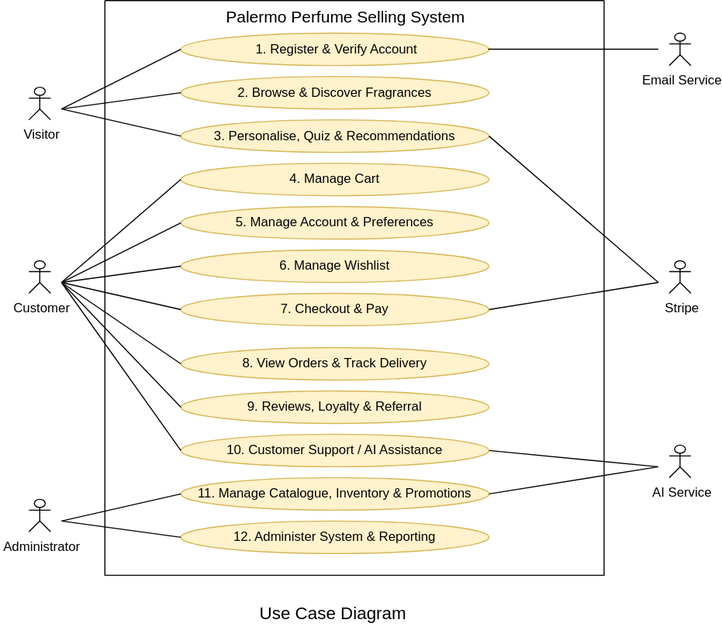
Mel-18-Palermo/Palermo-Perfume-System keeps this draw.io diagram as docs/diagrams/report/use-case-diagram.svg. Above is the earlier version. Source tidied: cells renumbered, new cells last; positions are measured from the earlier drawing's top-left corner, leaving out a move shared by most shapes.
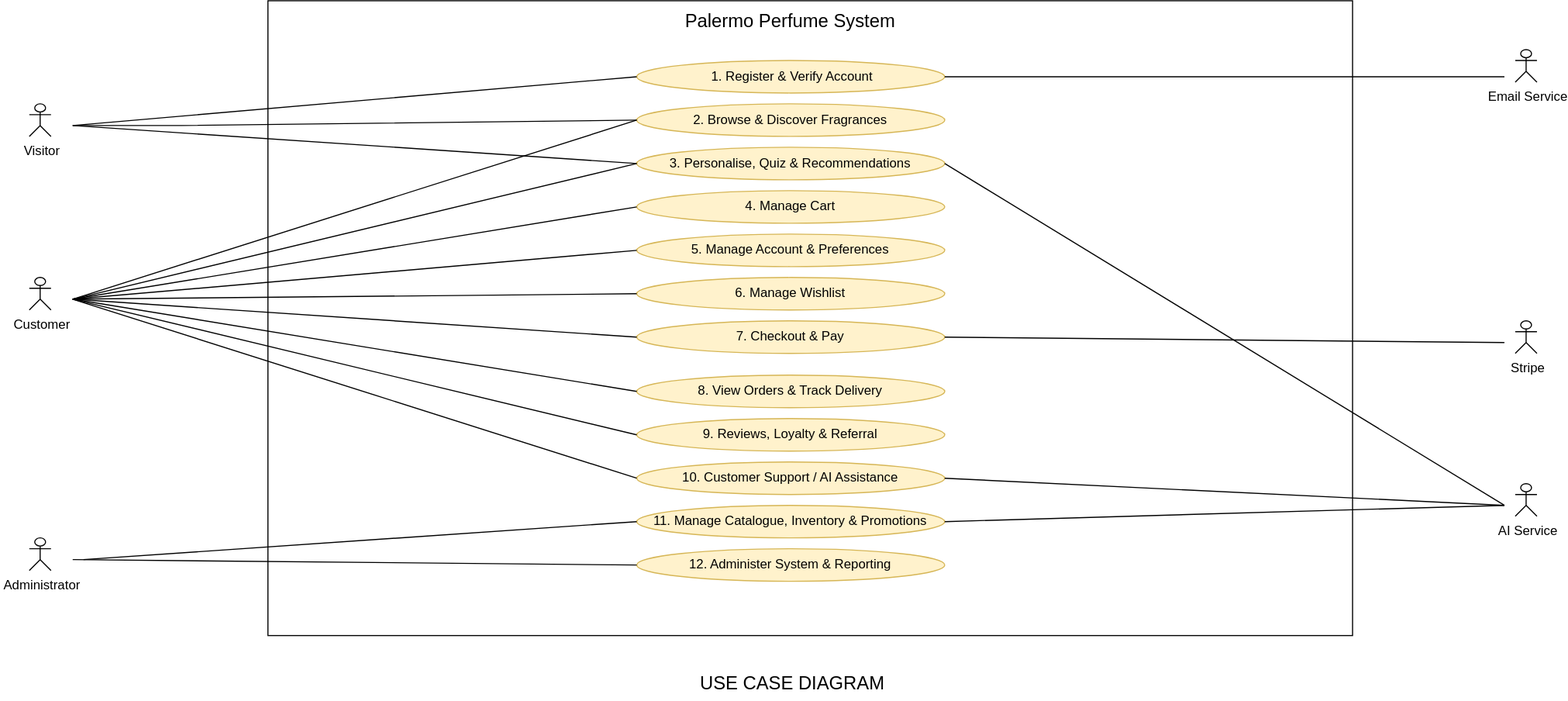
The same diagram one commit later.

Change to the diagram source:
```diff
@@ -2,155 +2,169 @@
   <root>
     <mxCell id="0" />
     <mxCell id="1" parent="0" />
-    <mxCell id="2" style="swimlane;startSize=0;" parent="1" vertex="1">
-      <mxGeometry x="70" width="460" height="530" as="geometry" />
-    </mxCell>
-    <mxCell id="3" value="&lt;font style=&quot;font-size: 15px;&quot;&gt;Palermo Perfume Selling System&lt;/font&gt;" style="text;html=1;align=center;verticalAlign=middle;whiteSpace=wrap;rounded=0;" parent="2" vertex="1">
-      <mxGeometry x="102.5" y="10" width="237.5" height="10" as="geometry" />
-    </mxCell>
+    <mxCell id="35" value="&lt;font style=&quot;font-size: 16px;&quot;&gt;Use Case Diagram&lt;/font&gt;" style="text;html=1;align=center;verticalAlign=middle;strokeColor=none;fillColor=none;" parent="1" vertex="1">
+      <mxGeometry x="600" y="365" width="160" height="30" as="geometry" />
+    </mxCell>
+    <mxCell id="40" style="rounded=0;whiteSpace=wrap;html=1;" parent="1" vertex="1">
+      <mxGeometry x="230" y="-160" width="1000" height="585" as="geometry" />
+    </mxCell>
-    <mxCell id="4" value="3. Personalise, Quiz &amp;amp; Recommendations" style="ellipse;whiteSpace=wrap;html=1;fillColor=#fff2cc;strokeColor=#d6b656;" parent="2" vertex="1">
-      <mxGeometry x="70" y="110" width="284" height="30" as="geometry" />
+    <mxCell id="4" value="3. Personalise, Quiz &amp;amp; Recommendations" style="ellipse;whiteSpace=wrap;html=1;fillColor=#fff2cc;strokeColor=#d6b656;" parent="1" vertex="1">
+      <mxGeometry x="570" y="-25" width="284" height="30" as="geometry" />
     </mxCell>
-    <mxCell id="5" value="4. Manage Cart" style="ellipse;whiteSpace=wrap;html=1;fillColor=#fff2cc;strokeColor=#d6b656;" parent="2" vertex="1">
-      <mxGeometry x="70" y="150" width="284" height="30" as="geometry" />
+    <mxCell id="5" value="4. Manage Cart" style="ellipse;whiteSpace=wrap;html=1;fillColor=#fff2cc;strokeColor=#d6b656;" parent="1" vertex="1">
+      <mxGeometry x="570" y="15" width="284" height="30" as="geometry" />
     </mxCell>
-    <mxCell id="6" value="5. Manage Account &amp;amp; Preferences" style="ellipse;whiteSpace=wrap;html=1;fillColor=#fff2cc;strokeColor=#d6b656;" parent="2" vertex="1">
-      <mxGeometry x="70" y="190" width="284" height="30" as="geometry" />
+    <mxCell id="6" value="5. Manage Account &amp;amp; Preferences" style="ellipse;whiteSpace=wrap;html=1;fillColor=#fff2cc;strokeColor=#d6b656;" parent="1" vertex="1">
+      <mxGeometry x="570" y="55" width="284" height="30" as="geometry" />
     </mxCell>
-    <mxCell id="7" value="2. Browse &amp;amp; Discover Fragrances" style="ellipse;whiteSpace=wrap;html=1;fillColor=#fff2cc;strokeColor=#d6b656;" parent="2" vertex="1">
-      <mxGeometry x="70" y="70" width="284" height="30" as="geometry" />
+    <mxCell id="7" value="2. Browse &amp;amp; Discover Fragrances" style="ellipse;whiteSpace=wrap;html=1;fillColor=#fff2cc;strokeColor=#d6b656;" parent="1" vertex="1">
+      <mxGeometry x="570" y="-65" width="284" height="30" as="geometry" />
     </mxCell>
-    <mxCell id="8" value="6. Manage Wishlist" style="ellipse;whiteSpace=wrap;html=1;fillColor=#fff2cc;strokeColor=#d6b656;" parent="2" vertex="1">
-      <mxGeometry x="70" y="230" width="284" height="30" as="geometry" />
+    <mxCell id="8" value="6. Manage Wishlist" style="ellipse;whiteSpace=wrap;html=1;fillColor=#fff2cc;strokeColor=#d6b656;" parent="1" vertex="1">
+      <mxGeometry x="570" y="95" width="284" height="30" as="geometry" />
     </mxCell>
-    <mxCell id="9" value="7. Checkout &amp;amp; Pay" style="ellipse;whiteSpace=wrap;html=1;fillColor=#fff2cc;strokeColor=#d6b656;" parent="2" vertex="1">
-      <mxGeometry x="70" y="270" width="284" height="30" as="geometry" />
+    <mxCell id="9" value="7. Checkout &amp;amp; Pay" style="ellipse;whiteSpace=wrap;html=1;fillColor=#fff2cc;strokeColor=#d6b656;" parent="1" vertex="1">
+      <mxGeometry x="570" y="135" width="284" height="30" as="geometry" />
     </mxCell>
-    <mxCell id="10" value="8. View Orders &amp;amp; Track Delivery" style="ellipse;whiteSpace=wrap;html=1;fillColor=#fff2cc;strokeColor=#d6b656;" parent="2" vertex="1">
-      <mxGeometry x="70" y="320" width="284" height="30" as="geometry" />
+    <mxCell id="10" value="8. View Orders &amp;amp; Track Delivery" style="ellipse;whiteSpace=wrap;html=1;fillColor=#fff2cc;strokeColor=#d6b656;" parent="1" vertex="1">
+      <mxGeometry x="570" y="185" width="284" height="30" as="geometry" />
     </mxCell>
-    <mxCell id="11" value="9. Reviews, Loyalty &amp;amp; Referral" style="ellipse;whiteSpace=wrap;html=1;fillColor=#fff2cc;strokeColor=#d6b656;" parent="2" vertex="1">
-      <mxGeometry x="70" y="360" width="284" height="30" as="geometry" />
+    <mxCell id="11" value="9. Reviews, Loyalty &amp;amp; Referral" style="ellipse;whiteSpace=wrap;html=1;fillColor=#fff2cc;strokeColor=#d6b656;" parent="1" vertex="1">
+      <mxGeometry x="570" y="225" width="284" height="30" as="geometry" />
     </mxCell>
-    <mxCell id="12" value="10. Customer Support / AI Assistance" style="ellipse;whiteSpace=wrap;html=1;fillColor=#fff2cc;strokeColor=#d6b656;" parent="2" vertex="1">
-      <mxGeometry x="70" y="400" width="284" height="30" as="geometry" />
+    <mxCell id="12" value="10. Customer Support / AI Assistance" style="ellipse;whiteSpace=wrap;html=1;fillColor=#fff2cc;strokeColor=#d6b656;" parent="1" vertex="1">
+      <mxGeometry x="570" y="265" width="284" height="30" as="geometry" />
     </mxCell>
-    <mxCell id="13" value="11. Manage Catalogue, Inventory &amp;amp; Promotions" style="ellipse;whiteSpace=wrap;html=1;fillColor=#fff2cc;strokeColor=#d6b656;" parent="2" vertex="1">
-      <mxGeometry x="70" y="440" width="284" height="30" as="geometry" />
+    <mxCell id="13" value="11. Manage Catalogue, Inventory &amp;amp; Promotions" style="ellipse;whiteSpace=wrap;html=1;fillColor=#fff2cc;strokeColor=#d6b656;" parent="1" vertex="1">
+      <mxGeometry x="570" y="305" width="284" height="30" as="geometry" />
     </mxCell>
-    <mxCell id="14" value="12. Administer System &amp;amp; Reporting" style="ellipse;whiteSpace=wrap;html=1;fillColor=#fff2cc;strokeColor=#d6b656;" parent="2" vertex="1">
-      <mxGeometry x="70" y="480" width="284" height="30" as="geometry" />
+    <mxCell id="14" value="12. Administer System &amp;amp; Reporting" style="ellipse;whiteSpace=wrap;html=1;fillColor=#fff2cc;strokeColor=#d6b656;" parent="1" vertex="1">
+      <mxGeometry x="570" y="345" width="284" height="30" as="geometry" />
     </mxCell>
-    <mxCell id="15" style="endArrow=none;html=1;rounded=0;exitX=1;exitY=0.5;exitDx=0;exitDy=0;" parent="2" edge="1" source="4">
-      <mxGeometry relative="1" as="geometry">
-        <mxPoint x="510" y="260" as="targetPoint" />
-      </mxGeometry>
-    </mxCell>
-    <mxCell id="16" value="&amp;nbsp;1. Register &amp;amp; Verify Account" style="ellipse;whiteSpace=wrap;html=1;fillColor=#fff2cc;strokeColor=#d6b656;" parent="2" vertex="1">
-      <mxGeometry x="70" y="30" width="284" height="30" as="geometry" />
+    <mxCell id="16" value="&amp;nbsp;1. Register &amp;amp; Verify Account" style="ellipse;whiteSpace=wrap;html=1;fillColor=#fff2cc;strokeColor=#d6b656;" parent="1" vertex="1">
+      <mxGeometry x="570" y="-105" width="284" height="30" as="geometry" />
     </mxCell>
+    <mxCell id="41" value="&lt;font style=&quot;font-size: 17px;&quot;&gt;Palermo Perfume System&lt;/font&gt;" style="text;html=1;whiteSpace=wrap;strokeColor=none;fillColor=none;align=center;verticalAlign=middle;rounded=0;" parent="1" vertex="1">
+      <mxGeometry x="577" y="-155" width="270" height="30" as="geometry" />
+    </mxCell>
     <mxCell id="17" value="&amp;nbsp;Visitor" style="shape=umlActor;verticalLabelPosition=bottom;verticalAlign=top;html=1;" parent="1" vertex="1">
-      <mxGeometry y="80" width="20" height="30" as="geometry" />
+      <mxGeometry x="10" y="-65" width="20" height="30" as="geometry" />
     </mxCell>
+    <mxCell id="42" style="endArrow=none;html=1;rounded=0;entryX=0;entryY=0.5;entryDx=0;entryDy=0;" parent="1" edge="1" target="16">
+      <mxGeometry relative="1" as="geometry">
+        <mxPoint x="50" y="-45" as="sourcePoint" />
+      </mxGeometry>
+    </mxCell>
+    <mxCell id="43" style="endArrow=none;html=1;rounded=0;entryX=0;entryY=0.5;entryDx=0;entryDy=0;" parent="1" edge="1" target="7">
+      <mxGeometry relative="1" as="geometry">
+        <mxPoint x="50" y="-45" as="sourcePoint" />
+        <Array as="points">
+          <mxPoint x="150" y="-45" />
+        </Array>
+      </mxGeometry>
+    </mxCell>
+    <mxCell id="44" style="endArrow=none;html=1;rounded=0;entryX=0;entryY=0.5;entryDx=0;entryDy=0;" parent="1" edge="1" target="4">
+      <mxGeometry relative="1" as="geometry">
+        <mxPoint x="50" y="-45" as="sourcePoint" />
+      </mxGeometry>
+    </mxCell>
     <mxCell id="18" value="&amp;nbsp;Customer" style="shape=umlActor;verticalLabelPosition=bottom;verticalAlign=top;html=1;" parent="1" vertex="1">
-      <mxGeometry y="240" width="20" height="30" as="geometry" />
+      <mxGeometry x="10" y="95" width="20" height="30" as="geometry" />
     </mxCell>
+    <mxCell id="45" style="endArrow=none;html=1;rounded=0;entryX=0;entryY=0.5;entryDx=0;entryDy=0;" parent="1" edge="1" target="5">
+      <mxGeometry relative="1" as="geometry">
+        <mxPoint x="50" y="115" as="sourcePoint" />
+      </mxGeometry>
+    </mxCell>
+    <mxCell id="46" style="endArrow=none;html=1;rounded=0;entryX=0;entryY=0.5;entryDx=0;entryDy=0;" parent="1" edge="1" target="6">
+      <mxGeometry relative="1" as="geometry">
+        <mxPoint x="50" y="115" as="sourcePoint" />
+      </mxGeometry>
+    </mxCell>
+    <mxCell id="47" style="endArrow=none;html=1;rounded=0;entryX=0;entryY=0.5;entryDx=0;entryDy=0;" parent="1" edge="1" target="8">
+      <mxGeometry relative="1" as="geometry">
+        <mxPoint x="50" y="115" as="sourcePoint" />
+      </mxGeometry>
+    </mxCell>
+    <mxCell id="48" style="endArrow=none;html=1;rounded=0;entryX=0;entryY=0.5;entryDx=0;entryDy=0;" parent="1" edge="1" target="9">
+      <mxGeometry relative="1" as="geometry">
+        <mxPoint x="50" y="115" as="sourcePoint" />
+      </mxGeometry>
+    </mxCell>
+    <mxCell id="49" style="endArrow=none;html=1;rounded=0;entryX=0;entryY=0.5;entryDx=0;entryDy=0;" parent="1" edge="1" target="10">
+      <mxGeometry relative="1" as="geometry">
+        <mxPoint x="50" y="115" as="sourcePoint" />
+      </mxGeometry>
+    </mxCell>
+    <mxCell id="50" style="endArrow=none;html=1;rounded=0;entryX=0;entryY=0.5;entryDx=0;entryDy=0;" parent="1" edge="1" target="11">
+      <mxGeometry relative="1" as="geometry">
+        <mxPoint x="50" y="115" as="sourcePoint" />
+      </mxGeometry>
+    </mxCell>
+    <mxCell id="51" style="endArrow=none;html=1;rounded=0;entryX=0;entryY=0.5;entryDx=0;entryDy=0;" parent="1" edge="1" target="12">
+      <mxGeometry relative="1" as="geometry">
+        <mxPoint x="50" y="115" as="sourcePoint" />
+      </mxGeometry>
+    </mxCell>
     <mxCell id="19" value="&amp;nbsp;Administrator" style="shape=umlActor;verticalLabelPosition=bottom;verticalAlign=top;html=1;" parent="1" vertex="1">
-      <mxGeometry y="460" width="20" height="30" as="geometry" />
+      <mxGeometry x="10" y="335" width="20" height="30" as="geometry" />
     </mxCell>
+    <mxCell id="52" style="endArrow=none;html=1;rounded=0;entryX=0;entryY=0.5;entryDx=0;entryDy=0;" parent="1" edge="1" target="13">
+      <mxGeometry relative="1" as="geometry">
+        <mxPoint x="60" y="355" as="sourcePoint" />
+      </mxGeometry>
+    </mxCell>
+    <mxCell id="53" style="endArrow=none;html=1;rounded=0;entryX=0;entryY=0.5;entryDx=0;entryDy=0;" parent="1" edge="1" target="14">
+      <mxGeometry relative="1" as="geometry">
+        <mxPoint x="50" y="355" as="sourcePoint" />
+      </mxGeometry>
+    </mxCell>
     <mxCell id="20" value="&amp;nbsp;Email Service" style="shape=umlActor;verticalLabelPosition=bottom;verticalAlign=top;html=1;" parent="1" vertex="1">
-      <mxGeometry x="590" y="30" width="20" height="30" as="geometry" />
+      <mxGeometry x="1380" y="-115" width="20" height="30" as="geometry" />
     </mxCell>
+    <mxCell id="54" style="endArrow=none;html=1;rounded=0;exitX=1;exitY=0.5;exitDx=0;exitDy=0;" parent="1" edge="1" source="16">
+      <mxGeometry relative="1" as="geometry">
+        <mxPoint x="1370" y="-90" as="targetPoint" />
+      </mxGeometry>
+    </mxCell>
     <mxCell id="21" value="&amp;nbsp;Stripe" style="shape=umlActor;verticalLabelPosition=bottom;verticalAlign=top;html=1;" parent="1" vertex="1">
-      <mxGeometry x="590" y="240" width="20" height="30" as="geometry" />
+      <mxGeometry x="1380" y="135" width="20" height="30" as="geometry" />
     </mxCell>
+    <mxCell id="55" style="endArrow=none;html=1;rounded=0;exitX=1;exitY=0.5;exitDx=0;exitDy=0;" parent="1" edge="1" source="9">
+      <mxGeometry relative="1" as="geometry">
+        <mxPoint x="1370" y="155" as="targetPoint" />
+      </mxGeometry>
+    </mxCell>
     <mxCell id="22" value="&amp;nbsp;AI Service" style="shape=umlActor;verticalLabelPosition=bottom;verticalAlign=top;html=1;" parent="1" vertex="1">
-      <mxGeometry x="590" y="410" width="20" height="30" as="geometry" />
+      <mxGeometry x="1380" y="285" width="20" height="30" as="geometry" />
     </mxCell>
-    <mxCell id="23" style="endArrow=none;html=1;rounded=0;entryX=0;entryY=0.5;entryDx=0;entryDy=0;" parent="1" edge="1">
-      <mxGeometry relative="1" as="geometry">
-        <mxPoint x="30" y="100" as="sourcePoint" />
-        <mxPoint x="140" y="45" as="targetPoint" />
-      </mxGeometry>
-    </mxCell>
-    <mxCell id="24" style="endArrow=none;html=1;rounded=0;entryX=0;entryY=0.5;entryDx=0;entryDy=0;" parent="1" edge="1" target="7">
-      <mxGeometry relative="1" as="geometry">
-        <mxPoint x="30" y="100" as="sourcePoint" />
-      </mxGeometry>
-    </mxCell>
-    <mxCell id="25" style="endArrow=none;html=1;rounded=0;entryX=0;entryY=0.5;entryDx=0;entryDy=0;" parent="1" edge="1" target="4">
-      <mxGeometry relative="1" as="geometry">
-        <mxPoint x="30" y="100" as="sourcePoint" />
-      </mxGeometry>
-    </mxCell>
-    <mxCell id="26" style="endArrow=none;html=1;rounded=0;entryX=0;entryY=0.5;entryDx=0;entryDy=0;" parent="1" edge="1" target="5">
-      <mxGeometry relative="1" as="geometry">
-        <mxPoint x="30" y="260" as="sourcePoint" />
-      </mxGeometry>
-    </mxCell>
-    <mxCell id="27" style="endArrow=none;html=1;rounded=0;entryX=0;entryY=0.5;entryDx=0;entryDy=0;" parent="1" edge="1" target="6">
-      <mxGeometry relative="1" as="geometry">
-        <mxPoint x="30" y="260" as="sourcePoint" />
-      </mxGeometry>
-    </mxCell>
-    <mxCell id="28" style="endArrow=none;html=1;rounded=0;entryX=0;entryY=0.5;entryDx=0;entryDy=0;" parent="1" edge="1" target="8">
-      <mxGeometry relative="1" as="geometry">
-        <mxPoint x="30" y="260" as="sourcePoint" />
-      </mxGeometry>
-    </mxCell>
-    <mxCell id="29" style="endArrow=none;html=1;rounded=0;entryX=0;entryY=0.5;entryDx=0;entryDy=0;" parent="1" edge="1" target="9">
-      <mxGeometry relative="1" as="geometry">
-        <mxPoint x="30" y="260" as="sourcePoint" />
-      </mxGeometry>
-    </mxCell>
-    <mxCell id="30" style="endArrow=none;html=1;rounded=0;entryX=0;entryY=0.5;entryDx=0;entryDy=0;" parent="1" edge="1" target="10">
-      <mxGeometry relative="1" as="geometry">
-        <mxPoint x="30" y="260" as="sourcePoint" />
-      </mxGeometry>
-    </mxCell>
-    <mxCell id="31" style="endArrow=none;html=1;rounded=0;entryX=0;entryY=0.5;entryDx=0;entryDy=0;" parent="1" edge="1" target="11">
-      <mxGeometry relative="1" as="geometry">
-        <mxPoint x="30" y="260" as="sourcePoint" />
-      </mxGeometry>
-    </mxCell>
-    <mxCell id="32" style="endArrow=none;html=1;rounded=0;entryX=0;entryY=0.5;entryDx=0;entryDy=0;" parent="1" edge="1" target="12">
-      <mxGeometry relative="1" as="geometry">
-        <mxPoint x="30" y="260" as="sourcePoint" />
-      </mxGeometry>
-    </mxCell>
-    <mxCell id="33" style="endArrow=none;html=1;rounded=0;entryX=0;entryY=0.5;entryDx=0;entryDy=0;" parent="1" edge="1" target="13">
-      <mxGeometry relative="1" as="geometry">
-        <mxPoint x="30" y="480" as="sourcePoint" />
-      </mxGeometry>
-    </mxCell>
-    <mxCell id="34" style="endArrow=none;html=1;rounded=0;entryX=0;entryY=0.5;entryDx=0;entryDy=0;" parent="1" edge="1" target="14">
-      <mxGeometry relative="1" as="geometry">
-        <mxPoint x="30" y="480" as="sourcePoint" />
-      </mxGeometry>
-    </mxCell>
-    <mxCell id="35" value="&lt;font style=&quot;font-size: 16px;&quot;&gt;Use Case Diagram&lt;/font&gt;" style="text;html=1;align=center;verticalAlign=middle;strokeColor=none;fillColor=none;" parent="1" vertex="1">
-      <mxGeometry x="200" y="550" width="160" height="30" as="geometry" />
-    </mxCell>
-    <mxCell id="36" style="endArrow=none;html=1;rounded=0;exitX=0.092;exitY=0.897;exitDx=0;exitDy=0;exitPerimeter=0;" parent="1" edge="1">
-      <mxGeometry relative="1" as="geometry">
-        <mxPoint x="423.3" y="44.9" as="sourcePoint" />
-        <mxPoint x="580" y="44.9" as="targetPoint" />
-      </mxGeometry>
-    </mxCell>
-    <mxCell id="37" style="endArrow=none;html=1;rounded=0;exitX=1;exitY=0.5;exitDx=0;exitDy=0;" parent="1" edge="1" source="9">
-      <mxGeometry relative="1" as="geometry">
-        <mxPoint x="580" y="260" as="targetPoint" />
-      </mxGeometry>
-    </mxCell>
-    <mxCell id="38" style="endArrow=none;html=1;rounded=0;exitX=1;exitY=0.5;exitDx=0;exitDy=0;" parent="1" edge="1" source="13">
-      <mxGeometry relative="1" as="geometry">
-        <mxPoint x="580" y="430" as="targetPoint" />
-      </mxGeometry>
-    </mxCell>
-    <mxCell id="39" style="endArrow=none;html=1;rounded=0;exitX=1;exitY=0.5;exitDx=0;exitDy=0;" parent="1" edge="1" source="12">
-      <mxGeometry relative="1" as="geometry">
-        <mxPoint x="580" y="430" as="targetPoint" />
-      </mxGeometry>
-    </mxCell>
+    <mxCell id="56" style="endArrow=none;html=1;rounded=0;exitX=1;exitY=0.5;exitDx=0;exitDy=0;" parent="1" edge="1" source="12">
+      <mxGeometry relative="1" as="geometry">
+        <mxPoint x="1370" y="305" as="targetPoint" />
+      </mxGeometry>
+    </mxCell>
+    <mxCell id="57" style="endArrow=none;html=1;rounded=0;exitX=1;exitY=0.5;exitDx=0;exitDy=0;" parent="1" edge="1" source="13">
+      <mxGeometry relative="1" as="geometry">
+        <mxPoint x="1370" y="305" as="targetPoint" />
+      </mxGeometry>
+    </mxCell>
+    <mxCell id="58" value="&lt;font style=&quot;font-size: 17px;&quot;&gt;USE CASE DIAGRAM&lt;/font&gt;" style="text;html=1;whiteSpace=wrap;strokeColor=none;fillColor=none;align=center;verticalAlign=middle;rounded=0;" parent="1" vertex="1">
+      <mxGeometry x="612" y="455" width="204" height="30" as="geometry" />
+    </mxCell>
+    <mxCell id="59" style="endArrow=none;html=1;rounded=0;entryX=1;entryY=0.5;entryDx=0;entryDy=0;" parent="1" edge="1" target="4">
+      <mxGeometry relative="1" as="geometry">
+        <mxPoint x="1370" y="305" as="sourcePoint" />
+      </mxGeometry>
+    </mxCell>
+    <mxCell id="60" style="endArrow=none;html=1;rounded=0;entryX=0;entryY=0.5;entryDx=0;entryDy=0;" parent="1" edge="1" target="4">
+      <mxGeometry relative="1" as="geometry">
+        <mxPoint x="50" y="115" as="sourcePoint" />
+      </mxGeometry>
+    </mxCell>
+    <mxCell id="61" style="endArrow=none;html=1;rounded=0;entryX=0;entryY=0.5;entryDx=0;entryDy=0;" parent="1" edge="1" target="7">
+      <mxGeometry relative="1" as="geometry">
+        <mxPoint x="50" y="115" as="sourcePoint" />
+      </mxGeometry>
+    </mxCell>
   </root>
 </mxGraphModel>
```
